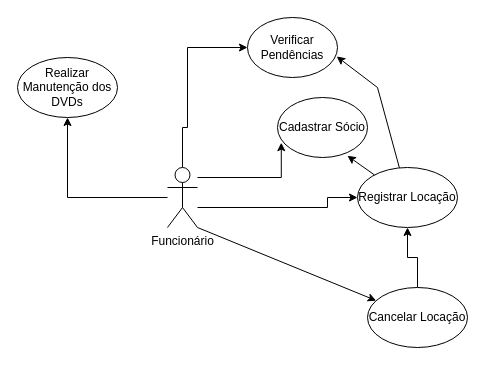
This is AtividadeADS11.04.23.drawio from ArcanjoDaGuarda/AnjoProjetos, a draw.io file, before an edit. Source tidied: cells renumbered, new cells numbered last; positions are measured from the earlier drawing's top-left corner, leaving out a move shared by most shapes. Both pictures are drawn from the tidied source at 100%, with x=0, y=0 at pixel (17, 17).
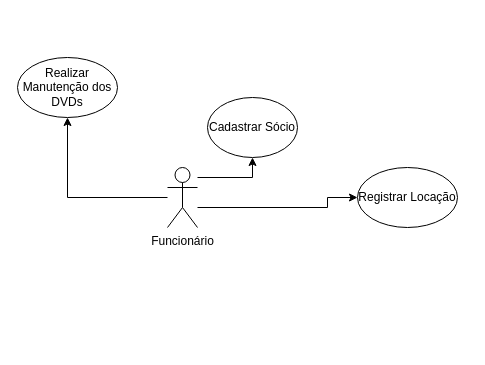
The same page after the edit.

Unchanged cells that the change refers to:
```xml
<mxCell id="6" value="Funcionário" style="shape=umlActor;verticalLabelPosition=bottom;verticalAlign=top;html=1;outlineConnect=0;" parent="1" vertex="1">
  <mxGeometry x="150" y="150" width="30" height="60" as="geometry" />
</mxCell>
<mxCell id="10" value="Registrar Locação" style="ellipse;whiteSpace=wrap;html=1;" parent="1" vertex="1">
  <mxGeometry x="340" y="150" width="100" height="60" as="geometry" />
</mxCell>
```

Change to the diagram source:
```diff
@@
-    <mxCell id="2" style="edgeStyle=orthogonalEdgeStyle;rounded=0;jettySize=auto;html=1;entryX=0.042;entryY=0.753;entryDx=0;entryDy=0;entryPerimeter=0;" parent="1" edge="1" source="6" target="7">
+    <mxCell id="2" style="edgeStyle=orthogonalEdgeStyle;rounded=0;jettySize=auto;html=1;entryX=0.5;entryY=1;entryDx=0;entryDy=0;" parent="1" edge="1" source="6" target="7">
       <mxGeometry relative="1" as="geometry">
         <Array as="points">
-          <mxPoint x="264" y="160" />
+          <mxPoint x="235" y="160" />
         </Array>
       </mxGeometry>
     </mxCell>
-    <mxCell id="3" style="edgeStyle=orthogonalEdgeStyle;rounded=0;jettySize=auto;html=1;exitX=0.5;exitY=0;exitDx=0;exitDy=0;exitPerimeter=0;" parent="1" edge="1" source="6" target="9">
-      <mxGeometry relative="1" as="geometry">
-        <Array as="points">
-          <mxPoint x="165" y="110" />
-          <mxPoint x="170" y="110" />
-          <mxPoint x="170" y="30" />
-        </Array>
-      </mxGeometry>
-    </mxCell>
@@
     <mxCell id="7" value="Cadastrar Sócio" style="ellipse;whiteSpace=wrap;html=1;" parent="1" vertex="1">
-      <mxGeometry x="260" y="80" width="90" height="60" as="geometry" />
+      <mxGeometry x="190" y="80" width="90" height="60" as="geometry" />
     </mxCell>
@@
-    <mxCell id="9" value="Verificar Pendências" style="ellipse;whiteSpace=wrap;html=1;" parent="1" vertex="1">
-      <mxGeometry x="230" width="90" height="60" as="geometry" />
-    </mxCell>
@@
-    <mxCell id="11" style="endArrow=classic;html=1;rounded=0;entryX=0.991;entryY=0.65;entryDx=0;entryDy=0;entryPerimeter=0;" parent="1" edge="1" source="10" target="9">
-      <mxGeometry relative="1" as="geometry">
-        <Array as="points">
-          <mxPoint x="360" y="70" />
-        </Array>
-      </mxGeometry>
-    </mxCell>
-    <mxCell id="12" style="endArrow=classic;html=1;rounded=0;entryX=0.777;entryY=0.971;entryDx=0;entryDy=0;entryPerimeter=0;" parent="1" edge="1" source="10" target="7">
-      <mxGeometry relative="1" as="geometry" />
-    </mxCell>
-    <mxCell id="13" style="edgeStyle=orthogonalEdgeStyle;rounded=0;jettySize=auto;html=1;" parent="1" edge="1" source="14" target="10">
-      <mxGeometry relative="1" as="geometry" />
-    </mxCell>
-    <mxCell id="14" value="Cancelar Locação" style="ellipse;whiteSpace=wrap;html=1;" parent="1" vertex="1">
-      <mxGeometry x="350" y="270" width="100" height="60" as="geometry" />
-    </mxCell>
-    <mxCell id="15" style="endArrow=classic;html=1;rounded=0;exitX=1;exitY=1;exitDx=0;exitDy=0;exitPerimeter=0;" parent="1" edge="1" source="6" target="14">
-      <mxGeometry relative="1" as="geometry" />
-    </mxCell>
```
